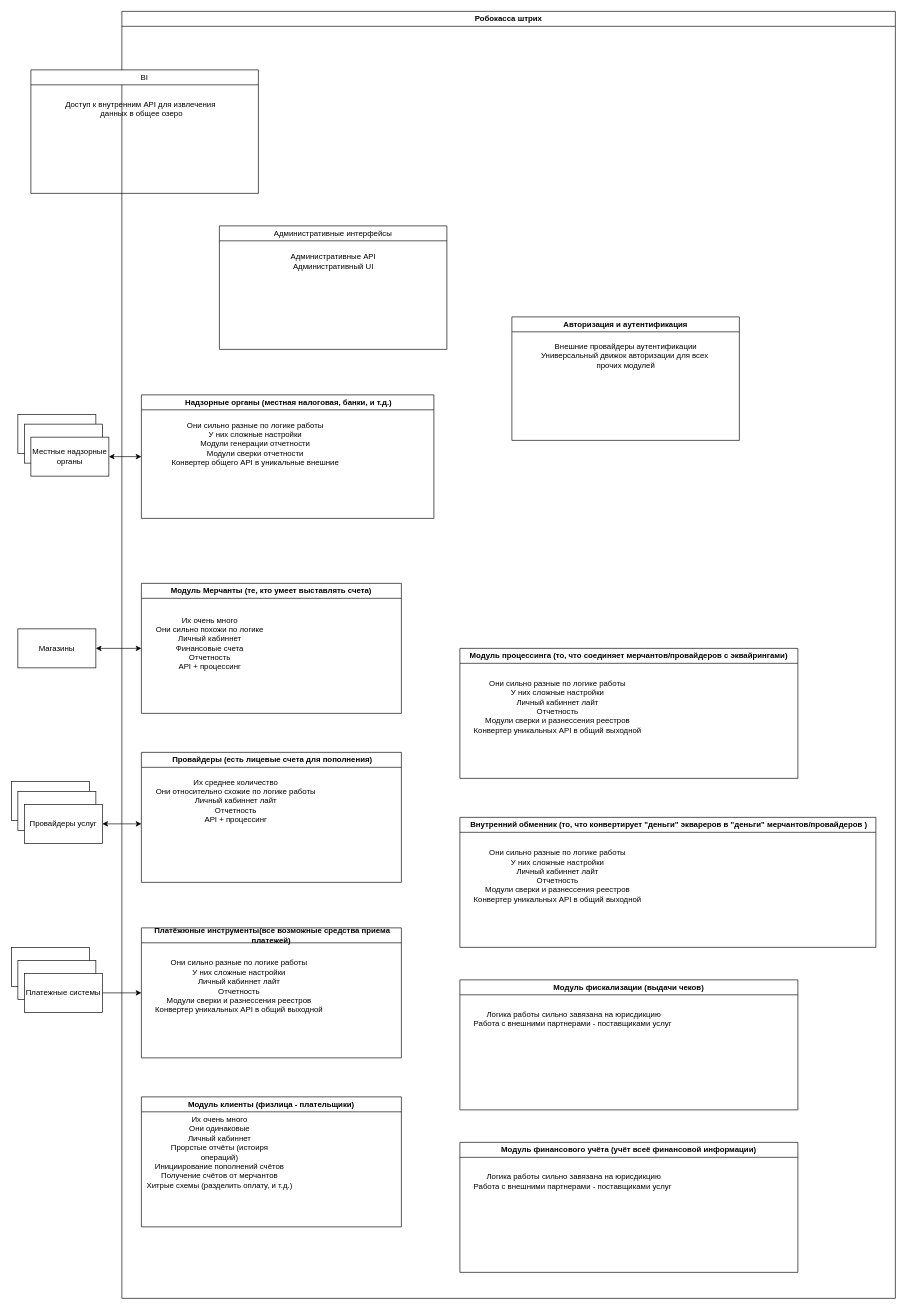
The draw.io diagram Концепция/Архитектура/Схемы/Общаая схема модулей.drawio in juanmendes2626/Robokassa-3.0, before the edit. Source tidied: cells renumbered, new cells numbered last; positions are measured from the earlier drawing's top-left corner, leaving out a move shared by most shapes. Both pictures are drawn from the tidied source at 65%, with x=0, y=0 at pixel (11, 11).
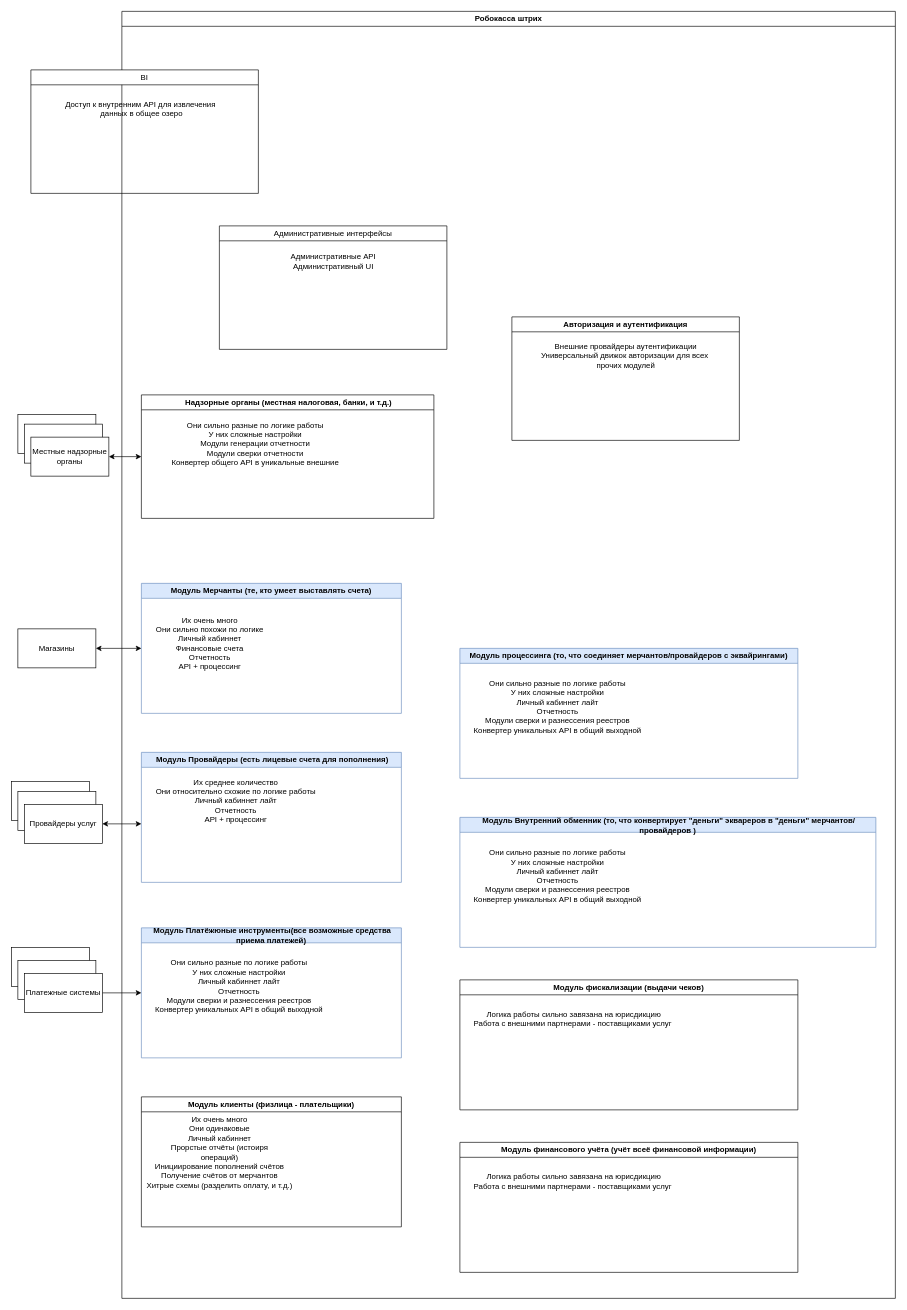
The same diagram, later.

The change refers to these unchanged cells:
```xml
<mxCell id="20" value="Робокасса штрих" style="swimlane;whiteSpace=wrap;html=1;" parent="1" vertex="1">
  <mxGeometry x="170" width="1190" height="1980" as="geometry" />
</mxCell>
```

What changed in the source:
```diff
@@
-    <mxCell id="2" value="Модуль Мерчанты (те, кто умеет выставлять счета)" style="swimlane;whiteSpace=wrap;html=1;" parent="1" vertex="1">
+    <mxCell id="2" value="Модуль Мерчанты (те, кто умеет выставлять счета)" style="swimlane;whiteSpace=wrap;html=1;fillColor=#dae8fc;strokeColor=#6c8ebf;" parent="1" vertex="1">
       <mxGeometry x="200" y="880" width="400" height="200" as="geometry" />
     </mxCell>
@@
-    <mxCell id="4" value="&amp;nbsp;Провайдеры (есть лицевые счета для пополнения)" style="swimlane;whiteSpace=wrap;html=1;" parent="1" vertex="1">
+    <mxCell id="4" value="&amp;nbsp;Модуль Провайдеры (есть лицевые счета для пополнения)" style="swimlane;whiteSpace=wrap;html=1;fillColor=#dae8fc;strokeColor=#6c8ebf;" parent="1" vertex="1">
       <mxGeometry x="200" y="1140" width="400" height="200" as="geometry" />
     </mxCell>
@@
-    <mxCell id="6" value="&amp;nbsp;Платёжюные инструменты(все возможные средства приема платежей)" style="swimlane;whiteSpace=wrap;html=1;" parent="1" vertex="1">
+    <mxCell id="6" value="&amp;nbsp;Модуль Платёжюные инструменты(все возможные средства приема платежей)" style="swimlane;whiteSpace=wrap;html=1;fillColor=#dae8fc;strokeColor=#6c8ebf;" parent="1" vertex="1">
       <mxGeometry x="200" y="1410" width="400" height="200" as="geometry" />
     </mxCell>
@@
-    <mxCell id="25" value="&amp;nbsp;Внутренний обменник (то, что конвертирует &quot;деньги&quot; эквареров в &quot;деньги&quot; мерчантов/провайдеров )" style="swimlane;whiteSpace=wrap;html=1;" parent="20" vertex="1">
+    <mxCell id="25" value="&amp;nbsp;Модуль Внутренний обменник (то, что конвертирует &quot;деньги&quot; эквареров в &quot;деньги&quot; мерчантов/провайдеров )" style="swimlane;whiteSpace=wrap;html=1;fillColor=#dae8fc;strokeColor=#6c8ebf;" parent="20" vertex="1">
       <mxGeometry x="520" y="1240" width="640" height="200" as="geometry" />
     </mxCell>
@@
-    <mxCell id="27" value="Модуль процессинга (то, что соединяет мерчантов/провайдеров с эквайрингами)" style="swimlane;whiteSpace=wrap;html=1;" parent="20" vertex="1">
+    <mxCell id="27" value="Модуль процессинга (то, что соединяет мерчантов/провайдеров с эквайрингами)" style="swimlane;whiteSpace=wrap;html=1;fillColor=#dae8fc;strokeColor=#6c8ebf;" parent="20" vertex="1">
       <mxGeometry x="520" y="980" width="520" height="200" as="geometry" />
     </mxCell>
```
